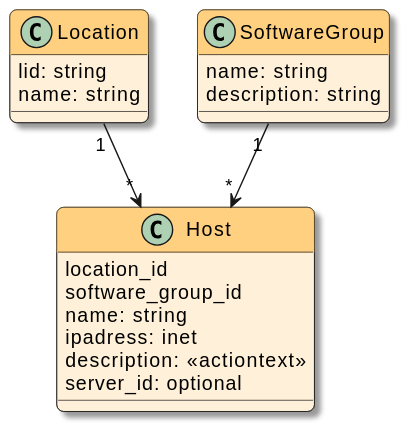
Above: public/docs/dev-notes/_images/hosts.svg in swobspace/mirco (PlantUML), before the change.
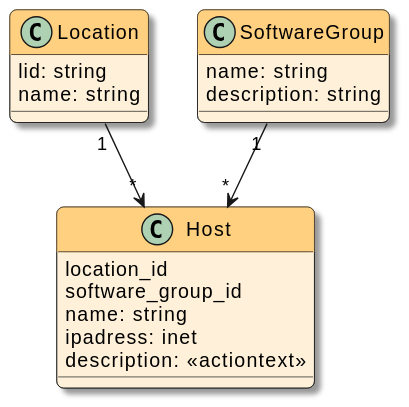
Above is the later version.

Diff of the diagram source:
```diff
@@ -18,7 +18,6 @@
   name: string
   ipadress: inet
   description: <<actiontext>>
-  server_id: optional
 }
 
 Location "1" --> "*" Host
```
